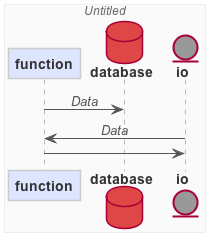
This is examples/legend.seq.png from sonyxperiadev/dataflow, a PlantUML export, as it was before one commit.
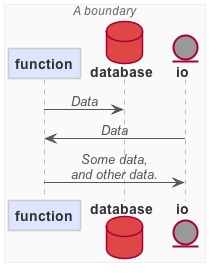
Above is the later version.

The edit, as a diff of the source:
```diff
@@ -28,12 +28,12 @@
 skinparam DatabaseFontStyle bold
 skinparam EntityBackgroundColor #999999
 skinparam SequenceLifeLineBorderColor #bbbbbb
-box "Untitled"
+box "A boundary"
   participant "function" as f
   database "database" as d
   entity "io" as i
 end box
 f -> d : <i>Data</i>
 i -> f : <i>Data</i>
-f -> i :
+f -> i : <i>Some data,</i>\n<i>and other data.</i>
 @enduml
```
